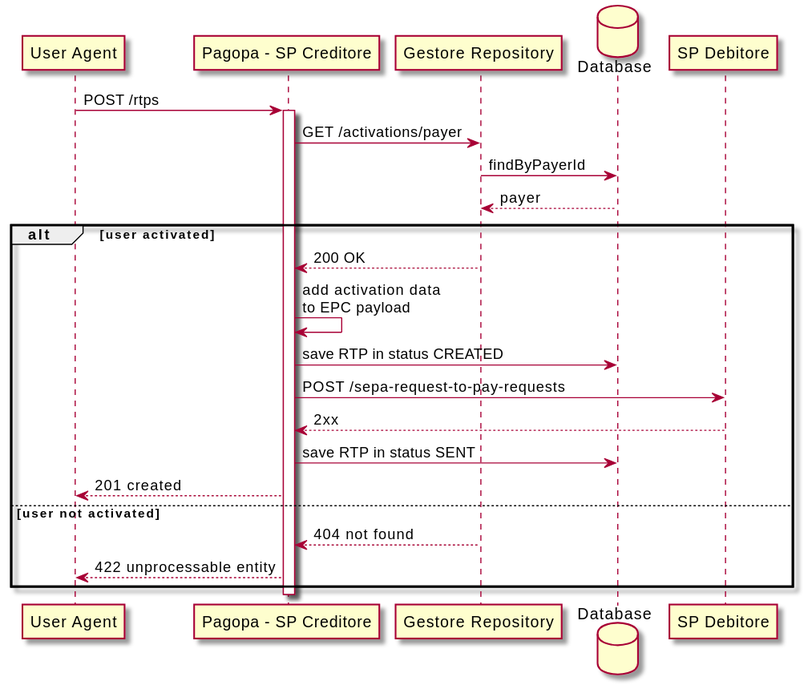
Before: diagrams/send.svg, a diagram exported from PlantUML (pagopa/rtp-docs).
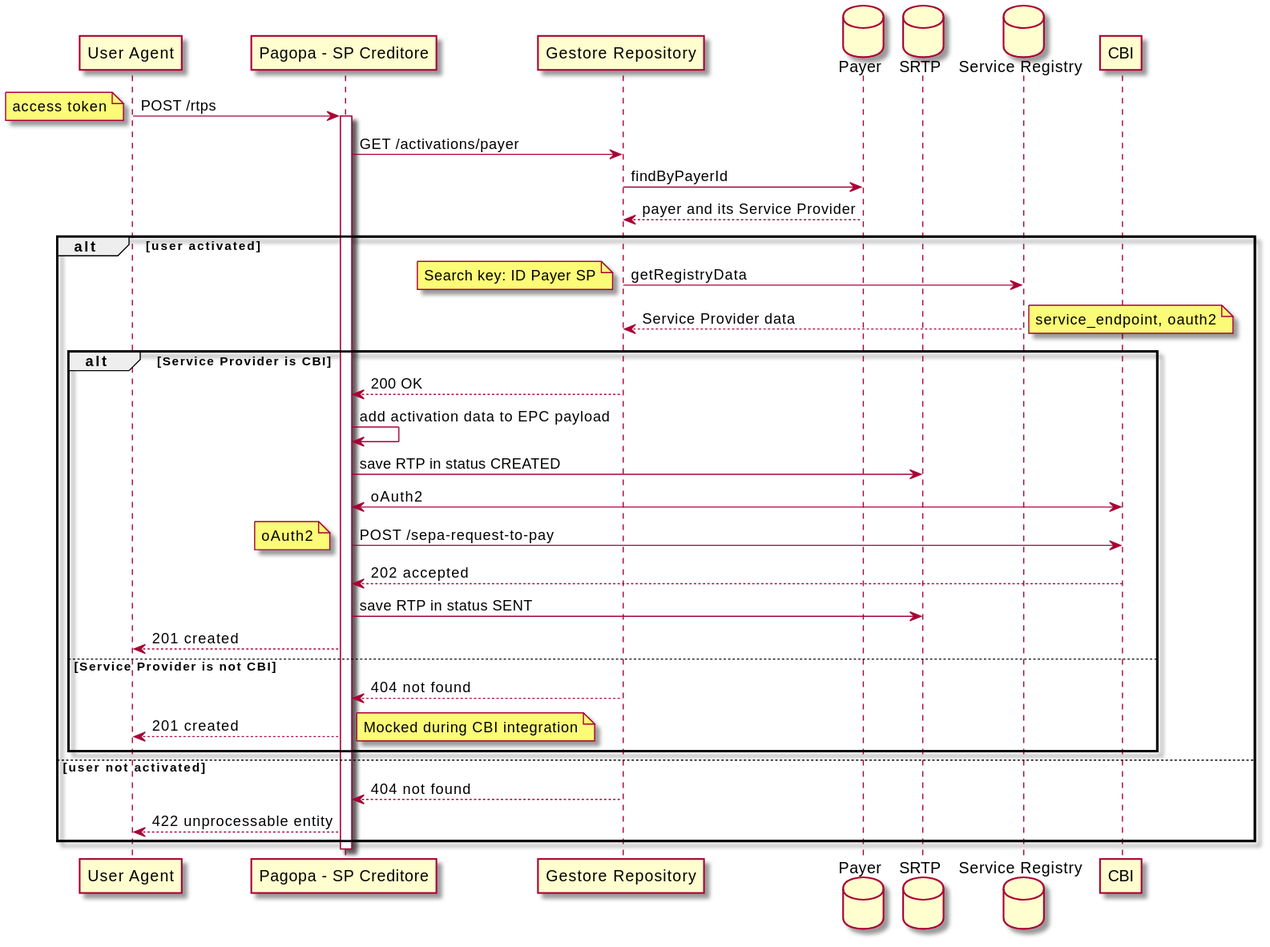
Above is the later version.

Change to the diagram source:
```diff
@@ -3,26 +3,50 @@
 participant "User Agent" as UA
 participant "Pagopa - SP Creditore" as SPC
 participant "Gestore Repository" as GR
-database "Database" as DB
-participant "SP Debitore" as SPD
+database "Payer" as Payer
+database "SRTP" as SRTP
+database "Service Registry" as SR
+participant "CBI" as SPD
 
 UA -> SPC: POST /rtps
+note left: access token
 activate SPC
 
 
 SPC -> GR: GET /activations/payer
-GR -> DB: findByPayerId
-DB --> GR: payer
+GR -> Payer: findByPayerId
+Payer --> GR: payer and its Service Provider
 
 alt user activated
+GR -> SR: getRegistryData
+note left: Search key: ID Payer SP
+
+SR --> GR: Service Provider data
+note right: service_endpoint, oauth2
+
+alt Service Provider is CBI
 GR --> SPC: 200 OK
 
-SPC -> SPC: add activation data \nto EPC payload
-SPC -> DB: save RTP in status CREATED
-SPC -> SPD: POST /sepa-request-to-pay-requests
-SPD --> SPC: 2xx
-SPC -> DB: save RTP in status SENT
+SPC -> SPC: add activation data to EPC payload
+
+SPC -> SRTP: save RTP in status CREATED
+
+SPC <-> SPD: oAuth2
+
+SPC -> SPD: POST /sepa-request-to-pay
+note left: oAuth2
+
+SPD --> SPC: 202 accepted
+SPC -> SRTP: save RTP in status SENT
 SPC --> UA: 201 created
+
+else Service Provider is not CBI
+GR --> SPC: 404 not found
+
+SPC --> UA: 201 created
+note right: Mocked during CBI integration
+
+end
 
 else user not activated
 GR --> SPC: 404 not found
```
